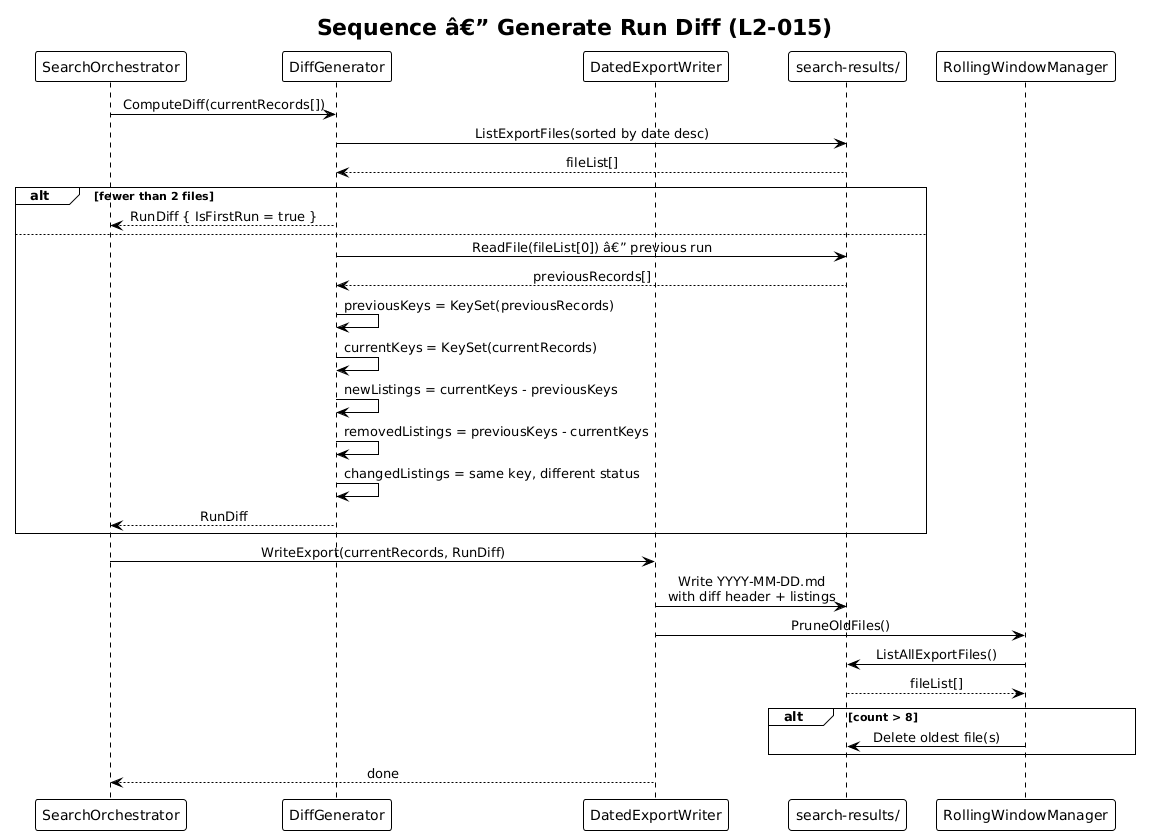
Before: docs/detailed-designs/06-search-history-and-deduplication/diagrams/sequence_generate_diff.png, a diagram exported from PlantUML (QuinntyneBrown/Orbit). The source it was exported from:
```plantuml
@startuml
!theme plain
skinparam sequenceMessageAlign center

title Sequence â€” Generate Run Diff (L2-015)

participant "SearchOrchestrator" as Orch
participant "DiffGenerator" as Diff
participant "DatedExportWriter" as Writer
participant "search-results/" as ExportDir
participant "RollingWindowManager" as RWM

Orch -> Diff : ComputeDiff(currentRecords[])
Diff -> ExportDir : ListExportFiles(sorted by date desc)
ExportDir --> Diff : fileList[]

alt fewer than 2 files
    Diff --> Orch : RunDiff { IsFirstRun = true }
else
    Diff -> ExportDir : ReadFile(fileList[0]) â€” previous run
    ExportDir --> Diff : previousRecords[]
    Diff -> Diff : previousKeys = KeySet(previousRecords)
    Diff -> Diff : currentKeys = KeySet(currentRecords)
    Diff -> Diff : newListings = currentKeys - previousKeys
    Diff -> Diff : removedListings = previousKeys - currentKeys
    Diff -> Diff : changedListings = same key, different status
    Diff --> Orch : RunDiff
end

Orch -> Writer : WriteExport(currentRecords, RunDiff)
Writer -> ExportDir : Write YYYY-MM-DD.md\nwith diff header + listings
Writer -> RWM : PruneOldFiles()
RWM -> ExportDir : ListAllExportFiles()
ExportDir --> RWM : fileList[]
alt count > 8
    RWM -> ExportDir : Delete oldest file(s)
end
Writer --> Orch : done
@enduml
```
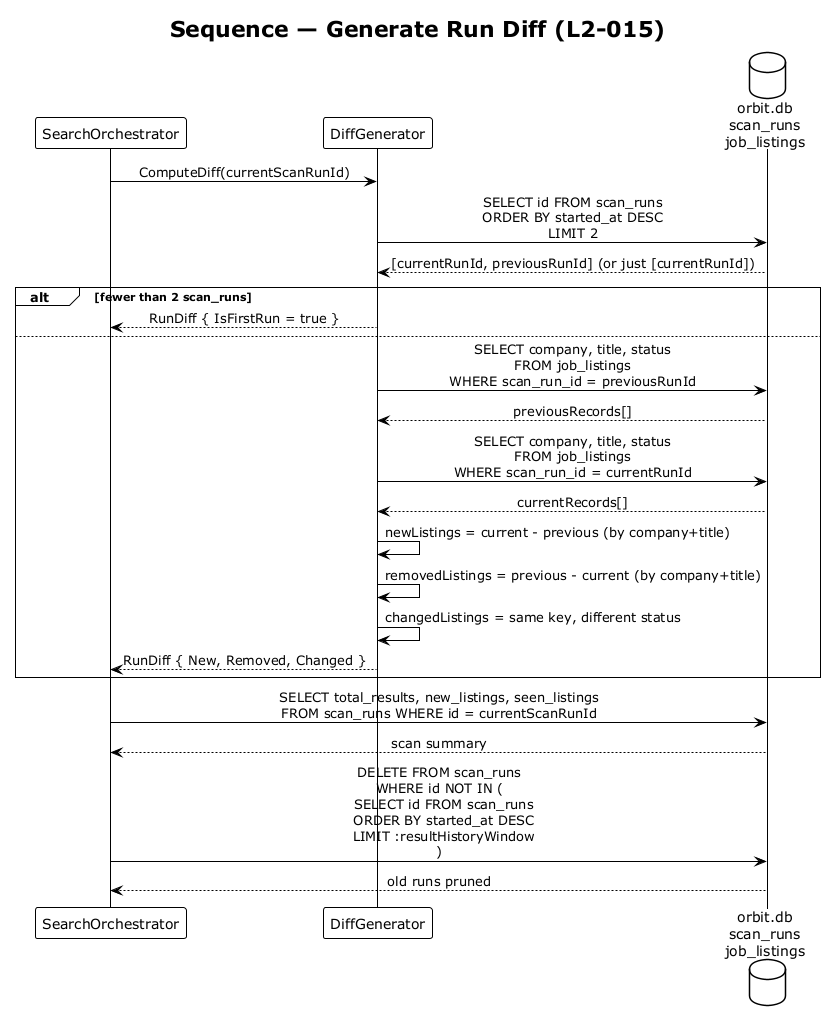
The same file after the commit.

Change to the diagram source:
```diff
@@ -1,39 +1,37 @@
-@startuml
+@startuml sequence_generate_diff
 !theme plain
 skinparam sequenceMessageAlign center
 
-title Sequence â€” Generate Run Diff (L2-015)
+title Sequence — Generate Run Diff (L2-015)
 
 participant "SearchOrchestrator" as Orch
 participant "DiffGenerator" as Diff
-participant "DatedExportWriter" as Writer
-participant "search-results/" as ExportDir
-participant "RollingWindowManager" as RWM
+database "orbit.db\nscan_runs\njob_listings" as DB
 
-Orch -> Diff : ComputeDiff(currentRecords[])
-Diff -> ExportDir : ListExportFiles(sorted by date desc)
-ExportDir --> Diff : fileList[]
+Orch -> Diff : ComputeDiff(currentScanRunId)
 
-alt fewer than 2 files
+Diff -> DB : SELECT id FROM scan_runs\nORDER BY started_at DESC\nLIMIT 2
+DB --> Diff : [currentRunId, previousRunId] (or just [currentRunId])
+
+alt fewer than 2 scan_runs
     Diff --> Orch : RunDiff { IsFirstRun = true }
 else
-    Diff -> ExportDir : ReadFile(fileList[0]) â€” previous run
-    ExportDir --> Diff : previousRecords[]
-    Diff -> Diff : previousKeys = KeySet(previousRecords)
-    Diff -> Diff : currentKeys = KeySet(currentRecords)
-    Diff -> Diff : newListings = currentKeys - previousKeys
-    Diff -> Diff : removedListings = previousKeys - currentKeys
+    Diff -> DB : SELECT company, title, status\nFROM job_listings\nWHERE scan_run_id = previousRunId
+    DB --> Diff : previousRecords[]
+
+    Diff -> DB : SELECT company, title, status\nFROM job_listings\nWHERE scan_run_id = currentRunId
+    DB --> Diff : currentRecords[]
+
+    Diff -> Diff : newListings = current - previous (by company+title)
+    Diff -> Diff : removedListings = previous - current (by company+title)
     Diff -> Diff : changedListings = same key, different status
-    Diff --> Orch : RunDiff
+    Diff --> Orch : RunDiff { New, Removed, Changed }
 end
 
-Orch -> Writer : WriteExport(currentRecords, RunDiff)
-Writer -> ExportDir : Write YYYY-MM-DD.md\nwith diff header + listings
-Writer -> RWM : PruneOldFiles()
-RWM -> ExportDir : ListAllExportFiles()
-ExportDir --> RWM : fileList[]
-alt count > 8
-    RWM -> ExportDir : Delete oldest file(s)
-end
-Writer --> Orch : done
+Orch -> DB : SELECT total_results, new_listings, seen_listings\nFROM scan_runs WHERE id = currentScanRunId
+DB --> Orch : scan summary
+
+Orch -> DB : DELETE FROM scan_runs\nWHERE id NOT IN (\n  SELECT id FROM scan_runs\n  ORDER BY started_at DESC\n  LIMIT :resultHistoryWindow\n)
+DB --> Orch : old runs pruned
+
 @enduml
```
